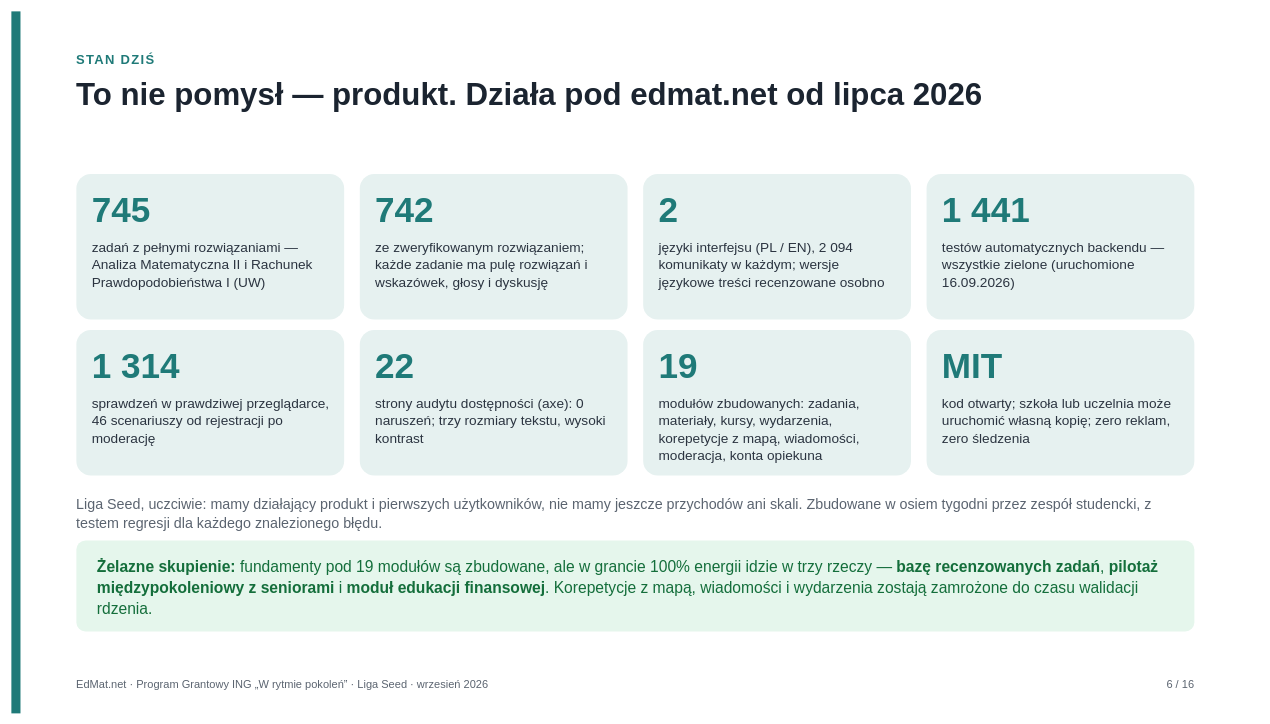
Before: page "6 Co już działa" (6 of 20) of grant/ING-2026/EdMat-ING-2026.drawio in tryingtodosth/edmat, a draw.io diagram. Source tidied: cells renumbered, new cells numbered last; positions are measured from the earlier drawing's top-left corner, leaving out a move shared by most shapes. Both pictures are drawn from the tidied source at 65%, with x=0, y=0 at pixel (11, 11).
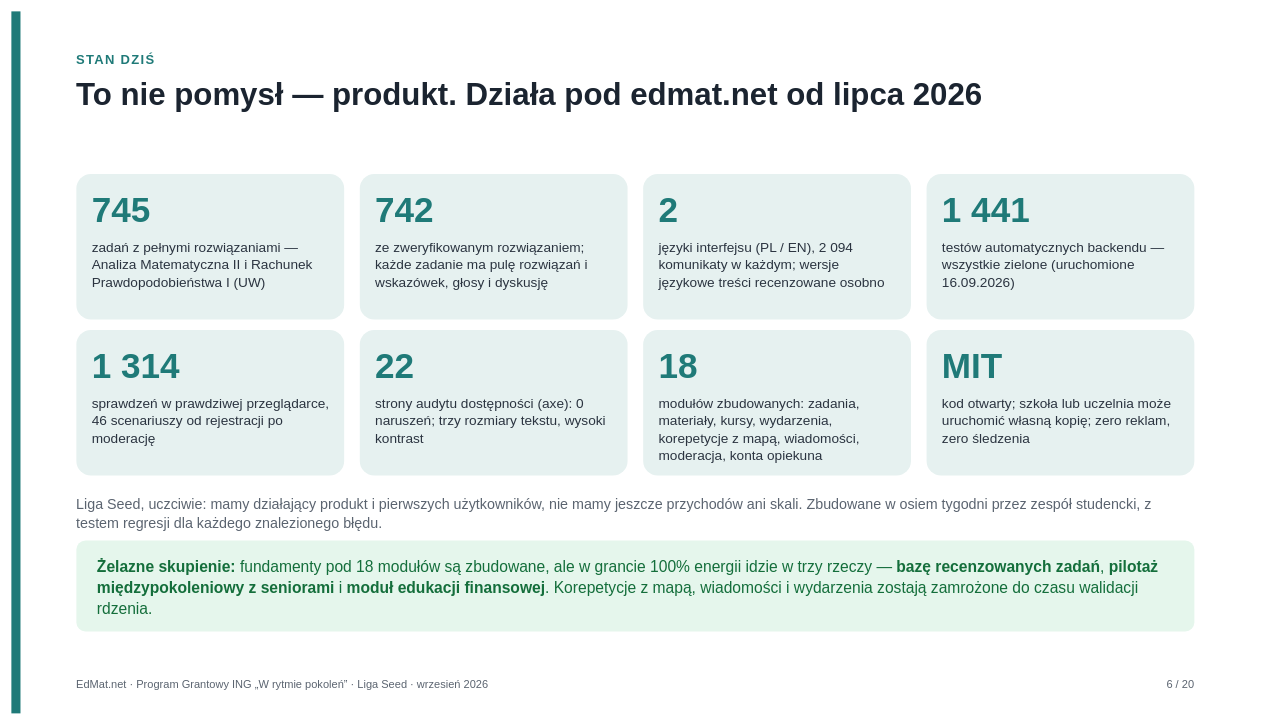
The same page after the edit.

The edit, as a diff of the source:
```diff
@@
-    <mxCell id="25" value="&lt;div style=&quot;line-height:1.05&quot;&gt;19&lt;/div&gt;" style="text;html=1;strokeColor=none;fillColor=none;align=left;verticalAlign=top;whiteSpace=wrap;overflow=visible;fontFamily=Helvetica;fontSize=54;fontColor=#1F7A78;fontStyle=1;spacing=0;spacingTop=0;spacingLeft=0;spacingRight=0;spacingBottom=0;" parent="1" vertex="1">
+    <mxCell id="25" value="&lt;div style=&quot;line-height:1.05&quot;&gt;18&lt;/div&gt;" style="text;html=1;strokeColor=none;fillColor=none;align=left;verticalAlign=top;whiteSpace=wrap;overflow=visible;fontFamily=Helvetica;fontSize=54;fontColor=#1F7A78;fontStyle=1;spacing=0;spacingTop=0;spacingLeft=0;spacingRight=0;spacingBottom=0;" parent="1" vertex="1">
       <mxGeometry x="996" y="512" width="364" height="80" as="geometry" />
     </mxCell>
@@
-    <mxCell id="32" value="&lt;div style=&quot;line-height:1.35&quot;&gt;&lt;span style=&quot;color:#146E3B&quot;&gt;&lt;b&gt;Żelazne skupienie:&lt;/b&gt; fundamenty pod 19 modułów są zbudowane, ale w grancie 100% energii idzie w trzy rzeczy — &lt;b&gt;bazę recenzowanych zadań&lt;/b&gt;, &lt;b&gt;pilotaż międzypokoleniowy z seniorami&lt;/b&gt; i &lt;b&gt;moduł edukacji finansowej&lt;/b&gt;. Korepetycje z mapą, wiadomości i wydarzenia zostają zamrożone do czasu walidacji rdzenia.&lt;/span&gt;&lt;/div&gt;" style="text;html=1;strokeColor=none;fillColor=none;align=left;verticalAlign=top;whiteSpace=wrap;overflow=visible;fontFamily=Helvetica;fontSize=24;fontColor=#2B3440;fontStyle=0;spacing=0;spacingTop=0;spacingLeft=0;spacingRight=0;spacingBottom=0;" parent="1" vertex="1">
+    <mxCell id="32" value="&lt;div style=&quot;line-height:1.35&quot;&gt;&lt;span style=&quot;color:#146E3B&quot;&gt;&lt;b&gt;Żelazne skupienie:&lt;/b&gt; fundamenty pod 18 modułów są zbudowane, ale w grancie 100% energii idzie w trzy rzeczy — &lt;b&gt;bazę recenzowanych zadań&lt;/b&gt;, &lt;b&gt;pilotaż międzypokoleniowy z seniorami&lt;/b&gt; i &lt;b&gt;moduł edukacji finansowej&lt;/b&gt;. Korepetycje z mapą, wiadomości i wydarzenia zostają zamrożone do czasu walidacji rdzenia.&lt;/span&gt;&lt;/div&gt;" style="text;html=1;strokeColor=none;fillColor=none;align=left;verticalAlign=top;whiteSpace=wrap;overflow=visible;fontFamily=Helvetica;fontSize=24;fontColor=#2B3440;fontStyle=0;spacing=0;spacingTop=0;spacingLeft=0;spacingRight=0;spacingBottom=0;" parent="1" vertex="1">
       <mxGeometry x="132" y="834" width="1656" height="110" as="geometry" />
     </mxCell>
@@
-    <mxCell id="34" value="6 / 16" style="text;html=1;strokeColor=none;fillColor=none;align=right;verticalAlign=top;whiteSpace=wrap;overflow=visible;fontFamily=Helvetica;fontSize=17;fontColor=#5B6470;fontStyle=0;spacing=0;spacingTop=0;spacingLeft=0;spacingRight=0;spacingBottom=0;" parent="1" vertex="1">
-      <mxGeometry x="1620" y="1022" width="200" height="30" as="geometry" />
-    </mxCell>
+    <mxCell id="35" value="6 / 20" style="text;html=1;strokeColor=none;fillColor=none;align=right;verticalAlign=top;whiteSpace=wrap;overflow=visible;fontFamily=Helvetica;fontSize=17;fontColor=#5B6470;fontStyle=0;spacing=0;spacingTop=0;spacingLeft=0;spacingRight=0;spacingBottom=0;" parent="1" vertex="1">
+      <mxGeometry x="1620" y="1022" width="200" height="30" as="geometry" />
+    </mxCell>
```
